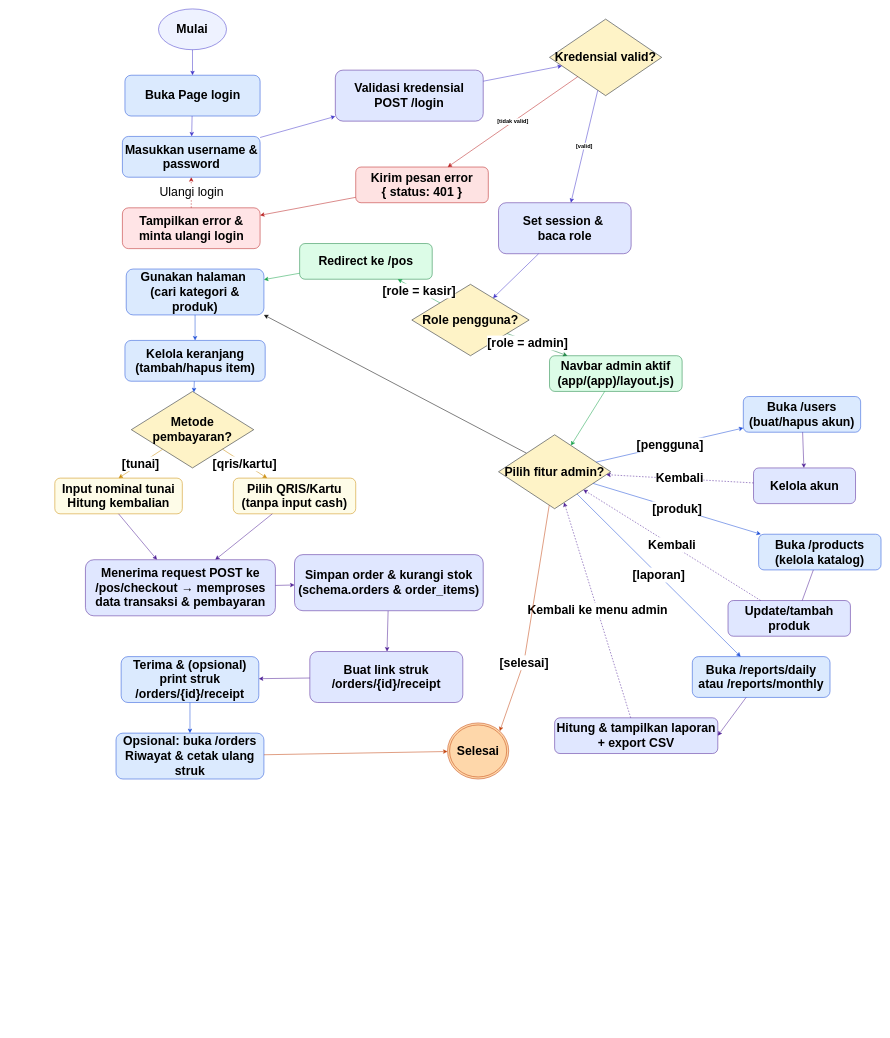
Before: flowkasir.drawio in fanzamaulanahabibi/cashier-project, a draw.io diagram. Source tidied: cells renumbered, new cells numbered last; positions are measured from the earlier drawing's top-left corner, leaving out a move shared by most shapes. Both pictures are drawn from the tidied source at 51%, with x=0, y=0 at pixel (55, 9).
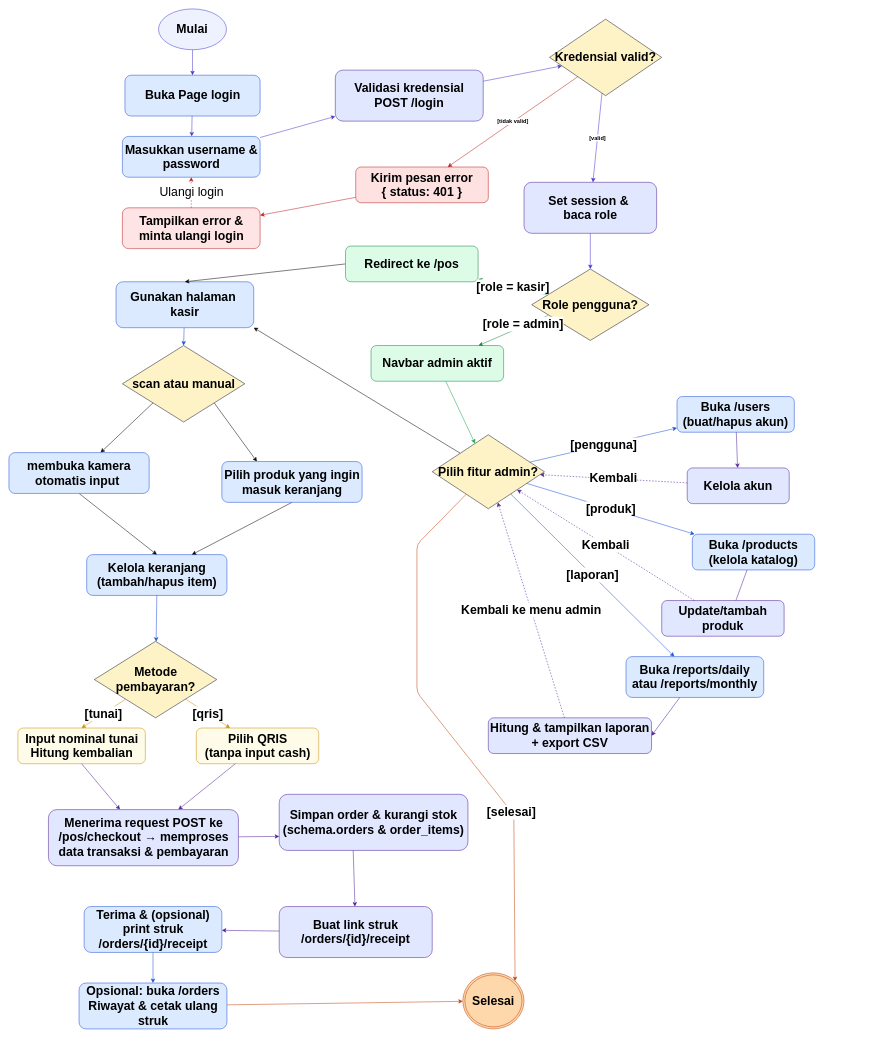
The same diagram, later.

Change to the diagram source:
```diff
@@
-    <mxCell id="6" value="&lt;font style=&quot;font-size: 24px;&quot;&gt;&lt;b&gt;Gunakan halaman&amp;nbsp;&lt;br&gt;(cari kategori &amp;amp; produk)&lt;/b&gt;&lt;/font&gt;" style="rounded=1;whiteSpace=wrap;html=1;fillColor=#DBEAFE;strokeColor=#1D4ED8;" parent="1" vertex="1">
-      <mxGeometry x="140" y="510" width="270" height="90" as="geometry" />
+    <mxCell id="6" value="&lt;font style=&quot;font-size: 24px;&quot;&gt;&lt;b&gt;Gunakan halaman&amp;nbsp;&lt;br&gt;kasir&lt;/b&gt;&lt;/font&gt;" style="rounded=1;whiteSpace=wrap;html=1;fillColor=#DBEAFE;strokeColor=#1D4ED8;" parent="1" vertex="1">
+      <mxGeometry x="120" y="535" width="270" height="90" as="geometry" />
     </mxCell>
     <mxCell id="7" value="&lt;font style=&quot;font-size: 24px;&quot;&gt;&lt;b&gt;Kelola keranjang&lt;br&gt;(tambah/hapus item)&lt;/b&gt;&lt;/font&gt;" style="rounded=1;whiteSpace=wrap;html=1;fillColor=#DBEAFE;strokeColor=#1D4ED8;" parent="1" vertex="1">
-      <mxGeometry x="137.5" y="650" width="275" height="80" as="geometry" />
+      <mxGeometry x="62.5" y="1070" width="275" height="80" as="geometry" />
     </mxCell>
     <mxCell id="8" value="&lt;font style=&quot;font-size: 24px;&quot;&gt;Metode pembayaran?&lt;/font&gt;" style="rhombus;whiteSpace=wrap;html=1;strokeColor=#111827;fillColor=#FEF3C7;fontStyle=1;" parent="1" vertex="1">
-      <mxGeometry x="150" y="750" width="240" height="150" as="geometry" />
+      <mxGeometry x="77.5" y="1240" width="240" height="150" as="geometry" />
     </mxCell>
     <mxCell id="9" value="&lt;font style=&quot;font-size: 24px;&quot;&gt;&lt;b&gt;Input nominal tunai&lt;br&gt;Hitung kembalian&lt;/b&gt;&lt;/font&gt;" style="rounded=1;whiteSpace=wrap;html=1;fillColor=#FEFCE8;strokeColor=#CA8A04;" parent="1" vertex="1">
-      <mxGeometry y="920" width="250" height="70" as="geometry" />
+      <mxGeometry x="-72.5" y="1410" width="250" height="70" as="geometry" />
     </mxCell>
-    <mxCell id="10" value="&lt;font style=&quot;font-size: 24px;&quot;&gt;&lt;b&gt;Pilih QRIS/Kartu&lt;br&gt;(tanpa input cash)&lt;/b&gt;&lt;/font&gt;" style="rounded=1;whiteSpace=wrap;html=1;fillColor=#FEFCE8;strokeColor=#CA8A04;" parent="1" vertex="1">
-      <mxGeometry x="350" y="920" width="240" height="70" as="geometry" />
+    <mxCell id="10" value="&lt;font style=&quot;font-size: 24px;&quot;&gt;&lt;b&gt;Pilih QRIS&lt;br&gt;(tanpa input cash)&lt;/b&gt;&lt;/font&gt;" style="rounded=1;whiteSpace=wrap;html=1;fillColor=#FEFCE8;strokeColor=#CA8A04;" parent="1" vertex="1">
+      <mxGeometry x="277.5" y="1410" width="240" height="70" as="geometry" />
     </mxCell>
     <mxCell id="11" value="&lt;font style=&quot;font-size: 24px;&quot;&gt;&lt;b&gt;Terima &amp;amp; (opsional) print struk&lt;br&gt;/orders/{id}/receipt&lt;/b&gt;&lt;/font&gt;" style="rounded=1;whiteSpace=wrap;html=1;fillColor=#DBEAFE;strokeColor=#1D4ED8;" parent="1" vertex="1">
-      <mxGeometry x="130" y="1270" width="270" height="90" as="geometry" />
+      <mxGeometry x="57.5" y="1760" width="270" height="90" as="geometry" />
     </mxCell>
     <mxCell id="12" value="&lt;font style=&quot;font-size: 24px;&quot;&gt;&lt;b&gt;Opsional: buka /orders&lt;br&gt;Riwayat &amp;amp; cetak ulang struk&lt;/b&gt;&lt;/font&gt;" style="rounded=1;whiteSpace=wrap;html=1;fillColor=#DBEAFE;strokeColor=#1D4ED8;" parent="1" vertex="1">
-      <mxGeometry x="120" y="1420" width="290" height="90" as="geometry" />
+      <mxGeometry x="47.5" y="1910" width="290" height="90" as="geometry" />
     </mxCell>
     <mxCell id="13" value="&lt;font style=&quot;font-size: 24px;&quot;&gt;&lt;b&gt;Buat link struk&lt;br&gt;/orders/{id}/receipt&lt;/b&gt;&lt;/font&gt;" style="rounded=1;whiteSpace=wrap;html=1;fillColor=#E0E7FF;strokeColor=#4C1D95;" parent="1" vertex="1">
-      <mxGeometry x="500" y="1260" width="300" height="100" as="geometry" />
+      <mxGeometry x="440" y="1760" width="300" height="100" as="geometry" />
     </mxCell>
@@
     <mxCell id="15" value="&lt;b&gt;&lt;font style=&quot;font-size: 24px;&quot;&gt;Selesai&lt;/font&gt;&lt;/b&gt;" style="ellipse;shape=doubleEllipse;whiteSpace=wrap;html=1;fillColor=#FED7AA;strokeColor=#C2410C;fontStyle=1;" parent="1" vertex="1">
-      <mxGeometry x="770" y="1400" width="120" height="110" as="geometry" />
+      <mxGeometry x="800" y="1890" width="120" height="110" as="geometry" />
     </mxCell>
@@
     <mxCell id="18" value="&lt;font style=&quot;font-size: 24px;&quot;&gt;&lt;b&gt;Set session &amp;amp;&amp;nbsp;&lt;/b&gt;&lt;/font&gt;&lt;div&gt;&lt;font style=&quot;font-size: 24px;&quot;&gt;&lt;b&gt;baca role&lt;br&gt;&lt;/b&gt;&lt;/font&gt;&lt;/div&gt;" style="rounded=1;whiteSpace=wrap;html=1;fillColor=#E0E7FF;strokeColor=#4C1D95;" parent="1" vertex="1">
-      <mxGeometry x="870" y="380" width="260" height="100" as="geometry" />
+      <mxGeometry x="920" y="340" width="260" height="100" as="geometry" />
     </mxCell>
     <mxCell id="19" value="&lt;font style=&quot;font-size: 24px;&quot;&gt;Role pengguna?&lt;/font&gt;" style="rhombus;whiteSpace=wrap;html=1;strokeColor=#111827;fillColor=#FEF3C7;fontStyle=1;" parent="1" vertex="1">
-      <mxGeometry x="700" y="540" width="230" height="140" as="geometry" />
+      <mxGeometry x="935" y="510" width="230" height="140" as="geometry" />
     </mxCell>
+    <mxCell id="51" style="edgeStyle=none;html=1;exitX=0;exitY=0.5;exitDx=0;exitDy=0;entryX=0.5;entryY=0;entryDx=0;entryDy=0;" parent="1" edge="1" source="20" target="6">
+      <mxGeometry relative="1" as="geometry">
+        <Array as="points">
+          <mxPoint x="390" y="520" />
+        </Array>
+      </mxGeometry>
+    </mxCell>
     <mxCell id="20" value="&lt;font style=&quot;font-size: 24px;&quot;&gt;&lt;b&gt;Redirect ke /pos&lt;/b&gt;&lt;br&gt;&lt;/font&gt;" style="rounded=1;whiteSpace=wrap;html=1;fillColor=#DCFCE7;strokeColor=#15803D;" parent="1" vertex="1">
-      <mxGeometry x="480" y="460" width="260" height="70" as="geometry" />
+      <mxGeometry x="570" y="465" width="260" height="70" as="geometry" />
     </mxCell>
@@
-    <mxCell id="22" value="&lt;b&gt;&lt;font style=&quot;font-size: 24px;&quot;&gt;Navbar admin aktif&lt;br&gt;(app/(app)/layout.js)&lt;/font&gt;&lt;/b&gt;" style="rounded=1;whiteSpace=wrap;html=1;fillColor=#DCFCE7;strokeColor=#15803D;" parent="1" vertex="1">
-      <mxGeometry x="970" y="680" width="260" height="70" as="geometry" />
+    <mxCell id="22" value="&lt;b&gt;&lt;font style=&quot;font-size: 24px;&quot;&gt;Navbar admin aktif&lt;br&gt;&lt;/font&gt;&lt;/b&gt;" style="rounded=1;whiteSpace=wrap;html=1;fillColor=#DCFCE7;strokeColor=#15803D;" parent="1" vertex="1">
+      <mxGeometry x="620" y="660" width="260" height="70" as="geometry" />
     </mxCell>
-    <mxCell id="23" value="&lt;font style=&quot;font-size: 24px;&quot;&gt;[role = admin]&lt;/font&gt;" style="endArrow=classic;html=1;strokeColor=#15803D;fontStyle=1;" parent="1" edge="1" source="19" target="22">
+    <mxCell id="23" value="&lt;font style=&quot;font-size: 24px;&quot;&gt;[role = admin]&lt;/font&gt;" style="endArrow=classic;html=1;strokeColor=#15803D;fontStyle=1;exitX=0.138;exitY=0.651;exitDx=0;exitDy=0;exitPerimeter=0;" parent="1" edge="1" source="19" target="22">
       <mxGeometry x="-0.31" y="-4" relative="1" as="geometry" />
     </mxCell>
@@
     <mxCell id="32" value="&lt;b&gt;&lt;font style=&quot;font-size: 24px;&quot;&gt;Pilih fitur admin?&lt;/font&gt;&lt;/b&gt;" style="rhombus;whiteSpace=wrap;html=1;strokeColor=#111827;fillColor=#FEF3C7;fontStyle=1;" parent="1" vertex="1">
-      <mxGeometry x="870" y="835" width="220" height="145" as="geometry" />
+      <mxGeometry x="740" y="835" width="220" height="145" as="geometry" />
     </mxCell>
     <mxCell id="33" value="&lt;font style=&quot;font-size: 24px;&quot;&gt;&lt;b&gt;Buka /reports/daily&lt;br&gt;atau /reports/monthly&lt;/b&gt;&lt;/font&gt;" style="rounded=1;whiteSpace=wrap;html=1;fillColor=#DBEAFE;strokeColor=#1D4ED8;" parent="1" vertex="1">
-      <mxGeometry x="1250" y="1270" width="270" height="80" as="geometry" />
+      <mxGeometry x="1120" y="1270" width="270" height="80" as="geometry" />
     </mxCell>
     <mxCell id="34" value="&lt;b&gt;&lt;font style=&quot;font-size: 24px;&quot;&gt;Buka /products&lt;br&gt;(kelola katalog)&lt;/font&gt;&lt;/b&gt;" style="rounded=1;whiteSpace=wrap;html=1;fillColor=#DBEAFE;strokeColor=#1D4ED8;" parent="1" vertex="1">
-      <mxGeometry x="1380" y="1030" width="240" height="70" as="geometry" />
+      <mxGeometry x="1250" y="1030" width="240" height="70" as="geometry" />
     </mxCell>
     <mxCell id="35" value="&lt;font style=&quot;font-size: 24px;&quot;&gt;&lt;b&gt;Buka /users&lt;br&gt;(buat/hapus akun)&lt;/b&gt;&lt;/font&gt;" style="rounded=1;whiteSpace=wrap;html=1;fillColor=#DBEAFE;strokeColor=#1D4ED8;" parent="1" vertex="1">
-      <mxGeometry x="1350" y="760" width="230" height="70" as="geometry" />
+      <mxGeometry x="1220" y="760" width="230" height="70" as="geometry" />
     </mxCell>
     <mxCell id="36" value="&lt;b&gt;&lt;font style=&quot;font-size: 24px;&quot;&gt;Kelola akun&lt;br&gt;&lt;/font&gt;&lt;/b&gt;" style="rounded=1;whiteSpace=wrap;html=1;fillColor=#E0E7FF;strokeColor=#4C1D95;" parent="1" vertex="1">
-      <mxGeometry x="1370" y="900" width="200" height="70" as="geometry" />
+      <mxGeometry x="1240" y="900" width="200" height="70" as="geometry" />
     </mxCell>
@@
     <mxCell id="40" value="&lt;b&gt;&lt;font style=&quot;font-size: 24px;&quot;&gt;Hitung &amp;amp; tampilkan laporan&lt;br&gt;+ export CSV&lt;/font&gt;&lt;/b&gt;" style="rounded=1;whiteSpace=wrap;html=1;fillColor=#E0E7FF;strokeColor=#4C1D95;" parent="1" vertex="1">
-      <mxGeometry x="980" y="1390" width="320" height="70" as="geometry" />
+      <mxGeometry x="850" y="1390" width="320" height="70" as="geometry" />
     </mxCell>
     <mxCell id="41" value="&lt;b&gt;&lt;font style=&quot;font-size: 24px;&quot;&gt;Update/tambah produk&lt;br&gt;&lt;/font&gt;&lt;/b&gt;" style="rounded=1;whiteSpace=wrap;html=1;fillColor=#E0E7FF;strokeColor=#4C1D95;" parent="1" vertex="1">
-      <mxGeometry x="1320" y="1160" width="240" height="70" as="geometry" />
+      <mxGeometry x="1190" y="1160" width="240" height="70" as="geometry" />
     </mxCell>
@@
-    <mxCell id="50" style="endArrow=classic;html=1;strokeColor=#4C1D95;" parent="1" edge="1" source="56" target="13">
+    <mxCell id="50" style="endArrow=classic;html=1;strokeColor=#4C1D95;exitX=0.392;exitY=0.995;exitDx=0;exitDy=0;exitPerimeter=0;" parent="1" edge="1" source="56" target="13">
       <mxGeometry relative="1" as="geometry" />
     </mxCell>
-    <mxCell id="51" style="endArrow=classic;html=1;strokeColor=#16A34A;" parent="1" edge="1" source="20" target="6">
-      <mxGeometry relative="1" as="geometry" />
-    </mxCell>
@@
     <mxCell id="54" value="&lt;font style=&quot;font-size: 24px;&quot;&gt;&lt;b&gt;Menerima request POST ke /pos/checkout → memproses data transaksi &amp;amp; pembayaran&lt;/b&gt;&lt;/font&gt;" style="rounded=1;whiteSpace=wrap;html=1;fillColor=#E0E7FF;strokeColor=#4C1D95;" parent="1" vertex="1">
-      <mxGeometry x="60" y="1080" width="372.5" height="110" as="geometry" />
+      <mxGeometry x="-12.5" y="1570" width="372.5" height="110" as="geometry" />
     </mxCell>
-    <mxCell id="55" style="endArrow=classic;html=1;strokeColor=#4C1D95;" parent="1" edge="1" source="54" target="56">
+    <mxCell id="55" style="endArrow=classic;html=1;strokeColor=#4C1D95;entryX=0;entryY=0.75;entryDx=0;entryDy=0;" parent="1" edge="1" source="54" target="56">
       <mxGeometry relative="1" as="geometry" />
     </mxCell>
     <mxCell id="56" value="&lt;font style=&quot;font-size: 24px;&quot;&gt;&lt;b&gt;Simpan order &amp;amp; kurangi stok&lt;br&gt;(schema.orders &amp;amp; order_items)&lt;/b&gt;&lt;/font&gt;" style="rounded=1;whiteSpace=wrap;html=1;fillColor=#E0E7FF;strokeColor=#4C1D95;" parent="1" vertex="1">
-      <mxGeometry x="470" y="1070" width="370" height="110" as="geometry" />
+      <mxGeometry x="440" y="1540" width="370" height="110" as="geometry" />
     </mxCell>
     <mxCell id="57" value="&lt;font style=&quot;font-size: 24px;&quot;&gt;[selesai]&lt;/font&gt;" style="endArrow=classic;html=1;strokeColor=#C2410C;fontStyle=1;entryX=1;entryY=0;entryDx=0;entryDy=0;" parent="1" edge="1" source="32" target="15">
       <mxGeometry x="0.37" relative="1" as="geometry">
         <Array as="points">
-          <mxPoint x="920" y="1280" />
+          <mxPoint x="710" y="1050" />
+          <mxPoint x="710" y="1340" />
+          <mxPoint x="900" y="1580" />
         </Array>
         <mxPoint y="1" as="offset" />
       </mxGeometry>
     </mxCell>
@@
-    <mxCell id="61" style="endArrow=classic;html=1;strokeColor=#1D4ED8;" parent="1" edge="1" source="6" target="7">
+    <mxCell id="61" style="endArrow=classic;html=1;strokeColor=#1D4ED8;entryX=0.5;entryY=0;entryDx=0;entryDy=0;" parent="1" edge="1" source="6" target="68">
       <mxGeometry relative="1" as="geometry" />
     </mxCell>
-    <mxCell id="62" style="endArrow=classic;html=1;strokeColor=#1D4ED8;" parent="1" edge="1" source="7" target="8">
+    <mxCell id="62" style="endArrow=classic;html=1;strokeColor=#1D4ED8;exitX=0.5;exitY=1;exitDx=0;exitDy=0;" parent="1" edge="1" source="7" target="8">
       <mxGeometry relative="1" as="geometry" />
     </mxCell>
@@
-    <mxCell id="64" value="&lt;font style=&quot;font-size: 24px;&quot;&gt;[qris/kartu]&lt;/font&gt;" style="endArrow=classic;html=1;strokeColor=#CA8A04;fontStyle=1;" parent="1" edge="1" source="8" target="10">
+    <mxCell id="64" value="&lt;font style=&quot;font-size: 24px;&quot;&gt;[qris]&lt;/font&gt;" style="endArrow=classic;html=1;strokeColor=#CA8A04;fontStyle=1;" parent="1" edge="1" source="8" target="10">
       <mxGeometry relative="1" as="geometry" />
     </mxCell>
@@
+    <mxCell id="66" style="edgeStyle=none;html=1;exitX=0;exitY=1;exitDx=0;exitDy=0;" parent="1" edge="1" source="68" target="70">
+      <mxGeometry relative="1" as="geometry" />
+    </mxCell>
+    <mxCell id="67" style="edgeStyle=none;html=1;exitX=1;exitY=1;exitDx=0;exitDy=0;entryX=0.25;entryY=0;entryDx=0;entryDy=0;" parent="1" edge="1" source="68" target="72">
+      <mxGeometry relative="1" as="geometry" />
+    </mxCell>
+    <mxCell id="68" value="&lt;font style=&quot;font-size: 24px;&quot;&gt;scan atau manual&lt;/font&gt;" style="rhombus;whiteSpace=wrap;html=1;strokeColor=#111827;fillColor=#FEF3C7;fontStyle=1;" parent="1" vertex="1">
+      <mxGeometry x="132.5" y="660" width="240" height="150" as="geometry" />
+    </mxCell>
+    <mxCell id="69" style="edgeStyle=none;html=1;exitX=0.5;exitY=1;exitDx=0;exitDy=0;entryX=0.5;entryY=0;entryDx=0;entryDy=0;" parent="1" edge="1" source="70" target="7">
+      <mxGeometry relative="1" as="geometry" />
+    </mxCell>
+    <mxCell id="70" value="&lt;span style=&quot;font-size: 24px;&quot;&gt;&lt;b&gt;membuka kamera otomatis input&amp;nbsp;&lt;/b&gt;&lt;/span&gt;" style="rounded=1;whiteSpace=wrap;html=1;fillColor=#DBEAFE;strokeColor=#1D4ED8;" parent="1" vertex="1">
+      <mxGeometry x="-90" y="870" width="275" height="80" as="geometry" />
+    </mxCell>
+    <mxCell id="71" style="edgeStyle=none;html=1;exitX=0.5;exitY=1;exitDx=0;exitDy=0;entryX=0.75;entryY=0;entryDx=0;entryDy=0;" parent="1" edge="1" source="72" target="7">
+      <mxGeometry relative="1" as="geometry" />
+    </mxCell>
+    <mxCell id="72" value="&lt;span style=&quot;font-size: 24px;&quot;&gt;&lt;b&gt;Pilih produk yang ingin masuk keranjang&lt;/b&gt;&lt;/span&gt;" style="rounded=1;whiteSpace=wrap;html=1;fillColor=#DBEAFE;strokeColor=#1D4ED8;" parent="1" vertex="1">
+      <mxGeometry x="327.5" y="887.5" width="275" height="80" as="geometry" />
+    </mxCell>
```
